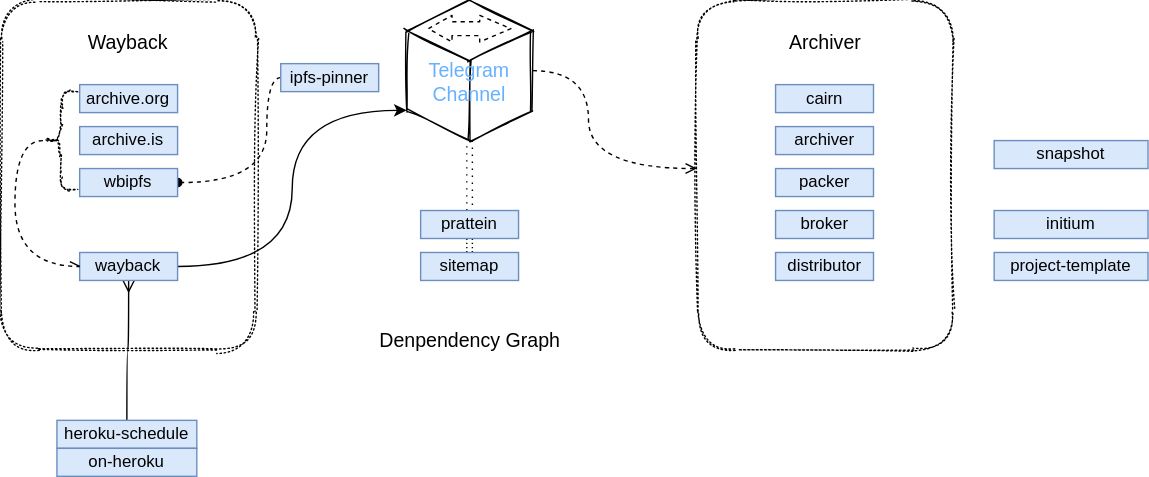
wabarc/initium keeps this draw.io diagram as assets/dependency-graph.svg. Above is the earlier version. Source tidied: cells renumbered, new cells last; positions are measured from the earlier drawing's top-left corner, leaving out a move shared by most shapes.
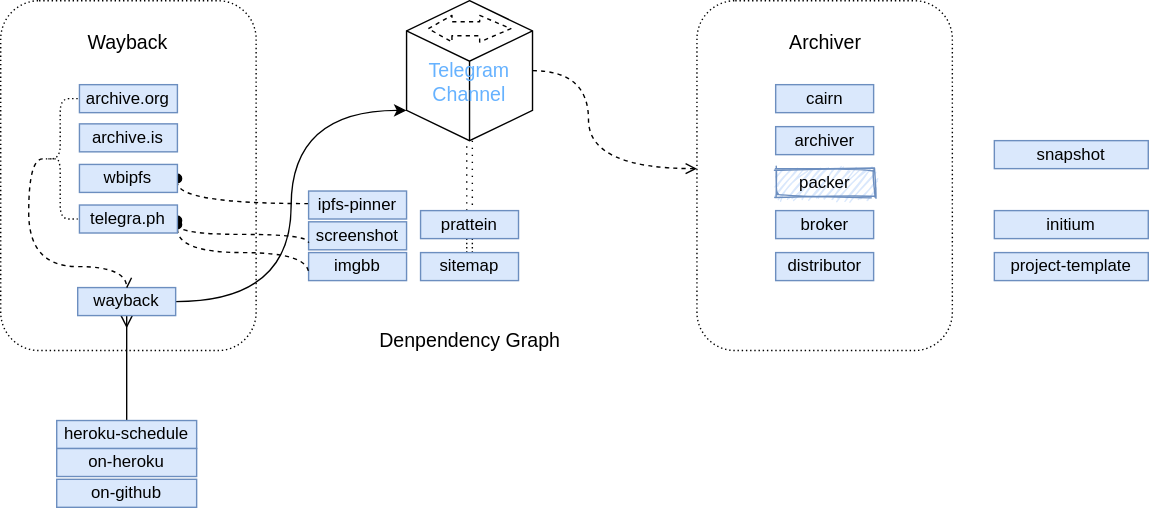
The same diagram one commit later.

Change to the diagram source:
```diff
@@ -1,79 +1,78 @@
-<mxGraphModel background="#ffffff">
+<mxGraphModel>
   <root>
     <mxCell id="0" />
     <mxCell id="1" parent="0" />
-    <mxCell id="2" style="rounded=1;whiteSpace=wrap;html=1;strokeWidth=1;fillWeight=4;hachureGap=8;hachureAngle=45;sketch=1;fillColor=none;dashed=1;dashPattern=1 2;" parent="1" vertex="1">
+    <mxCell id="2" style="rounded=1;whiteSpace=wrap;html=1;strokeWidth=1;fillWeight=4;hachureGap=8;hachureAngle=45;sketch=0;fillColor=none;dashed=1;dashPattern=1 2;shadow=0;" parent="1" vertex="1">
       <mxGeometry width="182.5" height="250" as="geometry" />
     </mxCell>
-    <mxCell id="3" style="rounded=1;whiteSpace=wrap;html=1;strokeWidth=1;fillWeight=4;hachureGap=8;hachureAngle=45;sketch=1;fillColor=none;dashed=1;dashPattern=1 2;" parent="1" vertex="1">
+    <mxCell id="3" style="rounded=1;whiteSpace=wrap;html=1;strokeWidth=1;fillWeight=4;hachureGap=8;hachureAngle=45;sketch=0;fillColor=none;dashed=1;dashPattern=1 2;shadow=0;" parent="1" vertex="1">
       <mxGeometry x="497.5" width="182.5" height="250" as="geometry" />
     </mxCell>
-    <mxCell id="4" value="&lt;font style=&quot;font-size: 14px&quot;&gt;Archiver&lt;/font&gt;" style="text;html=1;align=center;verticalAlign=middle;sketch=0;glass=0;" parent="1" vertex="1">
+    <mxCell id="4" value="&lt;font style=&quot;font-size: 14px&quot;&gt;Archiver&lt;/font&gt;" style="text;html=1;align=center;verticalAlign=middle;sketch=0;glass=0;shadow=0;" parent="1" vertex="1">
       <mxGeometry x="553.8" y="20" width="70" height="20" as="geometry" />
     </mxCell>
-    <mxCell id="5" value="project-template" style="whiteSpace=wrap;html=1;rounded=0;glass=0;sketch=0;strokeColor=#6c8ebf;strokeWidth=1;fillColor=#dae8fc;imageAspect=1;imageWidth=30;imageHeight=30;" parent="1" vertex="1">
+    <mxCell id="5" value="project-template" style="whiteSpace=wrap;html=1;rounded=0;glass=0;sketch=0;strokeColor=#6c8ebf;strokeWidth=1;fillColor=#dae8fc;imageAspect=1;imageWidth=30;imageHeight=30;shadow=0;" parent="1" vertex="1">
       <mxGeometry x="710" y="180" width="110" height="20" as="geometry" />
     </mxCell>
-    <mxCell id="6" value="initium" style="whiteSpace=wrap;html=1;rounded=0;glass=0;sketch=0;strokeColor=#6c8ebf;strokeWidth=1;fillColor=#dae8fc;imageAspect=1;imageWidth=30;imageHeight=30;" parent="1" vertex="1">
+    <mxCell id="6" value="initium" style="whiteSpace=wrap;html=1;rounded=0;glass=0;sketch=0;strokeColor=#6c8ebf;strokeWidth=1;fillColor=#dae8fc;imageAspect=1;imageWidth=30;imageHeight=30;shadow=0;" parent="1" vertex="1">
       <mxGeometry x="710" y="150" width="110" height="20" as="geometry" />
     </mxCell>
     <mxCell id="7" style="edgeStyle=orthogonalEdgeStyle;curved=1;rounded=0;sketch=0;jumpStyle=none;jettySize=auto;html=1;exitX=0.5;exitY=0;exitDx=0;exitDy=0;entryX=0.5;entryY=1;entryDx=0;entryDy=0;shadow=0;startArrow=none;startFill=0;endArrow=ERmany;endFill=0;strokeColor=#000000;" parent="1" edge="1" source="8" target="27">
       <mxGeometry relative="1" as="geometry" />
     </mxCell>
-    <mxCell id="8" value="heroku-schedule" style="whiteSpace=wrap;html=1;rounded=0;glass=0;sketch=0;strokeColor=#6c8ebf;strokeWidth=1;fillColor=#dae8fc;imageAspect=1;imageWidth=30;imageHeight=30;" parent="1" vertex="1">
+    <mxCell id="8" value="heroku-schedule" style="whiteSpace=wrap;html=1;rounded=0;glass=0;sketch=0;strokeColor=#6c8ebf;strokeWidth=1;fillColor=#dae8fc;imageAspect=1;imageWidth=30;imageHeight=30;shadow=0;" parent="1" vertex="1">
       <mxGeometry x="40" y="300" width="100" height="20" as="geometry" />
     </mxCell>
-    <mxCell id="9" value="on-heroku" style="whiteSpace=wrap;html=1;rounded=0;glass=0;sketch=0;strokeColor=#6c8ebf;strokeWidth=1;fillColor=#dae8fc;imageAspect=1;imageWidth=30;imageHeight=30;" parent="1" vertex="1">
+    <mxCell id="9" value="on-heroku" style="whiteSpace=wrap;html=1;rounded=0;glass=0;sketch=0;strokeColor=#6c8ebf;strokeWidth=1;fillColor=#dae8fc;imageAspect=1;imageWidth=30;imageHeight=30;shadow=0;" parent="1" vertex="1">
       <mxGeometry x="40" y="320" width="100" height="20" as="geometry" />
     </mxCell>
     <mxCell id="10" style="edgeStyle=orthogonalEdgeStyle;curved=1;rounded=0;sketch=0;jumpStyle=none;jettySize=auto;html=1;exitX=0.5;exitY=0;exitDx=0;exitDy=0;entryX=0.5;entryY=1;entryDx=0;entryDy=0;shadow=0;dashed=1;startArrow=none;startFill=0;endArrow=none;endFill=0;strokeColor=#000000;dashPattern=1 2;shape=link;" parent="1" edge="1" source="11" target="17">
       <mxGeometry relative="1" as="geometry" />
     </mxCell>
-    <mxCell id="11" value="sitemap" style="whiteSpace=wrap;html=1;rounded=0;glass=0;sketch=0;strokeColor=#6c8ebf;strokeWidth=1;fillColor=#dae8fc;imageAspect=1;imageWidth=30;imageHeight=30;" parent="1" vertex="1">
+    <mxCell id="11" value="sitemap" style="whiteSpace=wrap;html=1;rounded=0;glass=0;sketch=0;strokeColor=#6c8ebf;strokeWidth=1;fillColor=#dae8fc;imageAspect=1;imageWidth=30;imageHeight=30;shadow=0;" parent="1" vertex="1">
       <mxGeometry x="300" y="180" width="70" height="20" as="geometry" />
     </mxCell>
-    <mxCell id="12" value="snapshot" style="whiteSpace=wrap;html=1;rounded=0;glass=0;sketch=0;strokeColor=#6c8ebf;strokeWidth=1;fillColor=#dae8fc;imageAspect=1;imageWidth=30;imageHeight=30;" parent="1" vertex="1">
+    <mxCell id="12" value="snapshot" style="whiteSpace=wrap;html=1;rounded=0;glass=0;sketch=0;strokeColor=#6c8ebf;strokeWidth=1;fillColor=#dae8fc;imageAspect=1;imageWidth=30;imageHeight=30;shadow=0;" parent="1" vertex="1">
       <mxGeometry x="710" y="100" width="110" height="20" as="geometry" />
     </mxCell>
     <mxCell id="13" style="edgeStyle=orthogonalEdgeStyle;curved=1;rounded=0;sketch=0;jumpStyle=none;jettySize=auto;html=1;shadow=0;startArrow=none;startFill=0;endArrow=oval;endFill=1;strokeColor=#000000;entryX=1;entryY=0.5;entryDx=0;entryDy=0;dashed=1;" parent="1" edge="1" source="14" target="28">
       <mxGeometry relative="1" as="geometry">
         <Array as="points">
-          <mxPoint x="190" y="55" />
-          <mxPoint x="190" y="130" />
+          <mxPoint x="126" y="145" />
         </Array>
       </mxGeometry>
     </mxCell>
-    <mxCell id="14" value="ipfs-pinner" style="whiteSpace=wrap;html=1;rounded=0;glass=0;sketch=0;strokeColor=#6c8ebf;strokeWidth=1;fillColor=#dae8fc;imageAspect=1;imageWidth=30;imageHeight=30;" parent="1" vertex="1">
-      <mxGeometry x="200" y="45" width="70" height="20" as="geometry" />
+    <mxCell id="14" value="ipfs-pinner" style="whiteSpace=wrap;html=1;rounded=0;glass=0;sketch=0;strokeColor=#6c8ebf;strokeWidth=1;fillColor=#dae8fc;imageAspect=1;imageWidth=30;imageHeight=30;shadow=0;" parent="1" vertex="1">
+      <mxGeometry x="220" y="136" width="70" height="20" as="geometry" />
     </mxCell>
-    <mxCell id="15" value="cairn" style="whiteSpace=wrap;html=1;rounded=0;glass=0;sketch=0;strokeColor=#6c8ebf;strokeWidth=1;fillColor=#dae8fc;imageAspect=1;imageWidth=30;imageHeight=30;" parent="1" vertex="1">
+    <mxCell id="15" value="cairn" style="whiteSpace=wrap;html=1;rounded=0;glass=0;sketch=0;strokeColor=#6c8ebf;strokeWidth=1;fillColor=#dae8fc;imageAspect=1;imageWidth=30;imageHeight=30;shadow=0;" parent="1" vertex="1">
       <mxGeometry x="553.8" y="60" width="70" height="20" as="geometry" />
     </mxCell>
     <mxCell id="16" style="edgeStyle=orthogonalEdgeStyle;curved=1;rounded=0;sketch=0;jumpStyle=none;jettySize=auto;html=1;entryX=0.5;entryY=1;entryDx=0;entryDy=0;entryPerimeter=0;shadow=0;startArrow=none;startFill=0;endArrow=none;endFill=0;strokeColor=#000000;dashed=1;dashPattern=1 4;shape=link;" parent="1" edge="1" source="17" target="23">
       <mxGeometry relative="1" as="geometry" />
     </mxCell>
-    <mxCell id="17" value="prattein" style="whiteSpace=wrap;html=1;rounded=0;glass=0;sketch=0;strokeColor=#6c8ebf;strokeWidth=1;fillColor=#dae8fc;imageAspect=1;imageWidth=30;imageHeight=30;" parent="1" vertex="1">
+    <mxCell id="17" value="prattein" style="whiteSpace=wrap;html=1;rounded=0;glass=0;sketch=0;strokeColor=#6c8ebf;strokeWidth=1;fillColor=#dae8fc;imageAspect=1;imageWidth=30;imageHeight=30;shadow=0;" parent="1" vertex="1">
       <mxGeometry x="300" y="150" width="70" height="20" as="geometry" />
     </mxCell>
-    <mxCell id="18" value="archiver" style="whiteSpace=wrap;html=1;rounded=0;glass=0;sketch=0;strokeColor=#6c8ebf;strokeWidth=1;fillColor=#dae8fc;imageAspect=1;imageWidth=30;imageHeight=30;" parent="1" vertex="1">
+    <mxCell id="18" value="archiver" style="whiteSpace=wrap;html=1;rounded=0;glass=0;sketch=0;strokeColor=#6c8ebf;strokeWidth=1;fillColor=#dae8fc;imageAspect=1;imageWidth=30;imageHeight=30;shadow=0;" parent="1" vertex="1">
       <mxGeometry x="553.8" y="90" width="70" height="20" as="geometry" />
     </mxCell>
-    <mxCell id="19" value="packer" style="whiteSpace=wrap;html=1;rounded=0;glass=0;sketch=0;strokeColor=#6c8ebf;strokeWidth=1;fillColor=#dae8fc;imageAspect=1;imageWidth=30;imageHeight=30;" parent="1" vertex="1">
+    <mxCell id="19" value="packer" style="whiteSpace=wrap;html=1;rounded=0;glass=0;sketch=1;strokeColor=#6c8ebf;strokeWidth=1;fillColor=#dae8fc;imageAspect=1;imageWidth=30;imageHeight=30;shadow=0;" parent="1" vertex="1">
       <mxGeometry x="553.8" y="120" width="70" height="20" as="geometry" />
     </mxCell>
-    <mxCell id="20" value="broker" style="whiteSpace=wrap;html=1;rounded=0;glass=0;sketch=0;strokeColor=#6c8ebf;strokeWidth=1;fillColor=#dae8fc;imageAspect=1;imageWidth=30;imageHeight=30;" parent="1" vertex="1">
+    <mxCell id="20" value="broker" style="whiteSpace=wrap;html=1;rounded=0;glass=0;sketch=0;strokeColor=#6c8ebf;strokeWidth=1;fillColor=#dae8fc;imageAspect=1;imageWidth=30;imageHeight=30;shadow=0;" parent="1" vertex="1">
       <mxGeometry x="553.8" y="150" width="70" height="20" as="geometry" />
     </mxCell>
-    <mxCell id="21" value="distributor" style="whiteSpace=wrap;html=1;rounded=0;glass=0;sketch=0;strokeColor=#6c8ebf;strokeWidth=1;fillColor=#dae8fc;imageAspect=1;imageWidth=30;imageHeight=30;" parent="1" vertex="1">
+    <mxCell id="21" value="distributor" style="whiteSpace=wrap;html=1;rounded=0;glass=0;sketch=0;strokeColor=#6c8ebf;strokeWidth=1;fillColor=#dae8fc;imageAspect=1;imageWidth=30;imageHeight=30;shadow=0;" parent="1" vertex="1">
       <mxGeometry x="553.8" y="180" width="70" height="20" as="geometry" />
     </mxCell>
-    <mxCell id="22" style="group;" parent="1" vertex="1">
+    <mxCell id="22" style="group;shadow=0;sketch=0;" parent="1" vertex="1">
       <mxGeometry x="290" width="90" height="100" as="geometry" />
     </mxCell>
-    <mxCell id="23" value="&lt;span style=&quot;font-size: 14px&quot;&gt;&lt;br&gt;&lt;font color=&quot;#66b2ff&quot;&gt;Telegram&lt;br&gt;Channel&lt;/font&gt;&lt;/span&gt;" style="html=1;whiteSpace=wrap;shape=isoCube2;backgroundOutline=1;isoAngle=15;rounded=0;glass=0;sketch=1;strokeWidth=1;fillColor=none;shadow=0;" parent="22" vertex="1">
+    <mxCell id="23" value="&lt;span style=&quot;font-size: 14px&quot;&gt;&lt;br&gt;&lt;font color=&quot;#66b2ff&quot;&gt;Telegram&lt;br&gt;Channel&lt;/font&gt;&lt;/span&gt;" style="html=1;whiteSpace=wrap;shape=isoCube2;backgroundOutline=1;isoAngle=15;rounded=0;glass=0;sketch=0;strokeWidth=1;fillColor=none;shadow=0;" parent="22" vertex="1">
       <mxGeometry width="90" height="100" as="geometry" />
     </mxCell>
-    <mxCell id="24" style="shape=flexArrow;endArrow=classic;startArrow=classic;html=1;dashed=1;strokeColor=#000000;startWidth=8;startSize=5.31;endWidth=8;endSize=7.09;" parent="22" edge="1">
+    <mxCell id="24" style="shape=flexArrow;endArrow=classic;startArrow=classic;html=1;dashed=1;strokeColor=#000000;startWidth=8;startSize=5.31;endWidth=8;endSize=7.09;shadow=0;sketch=0;" parent="22" edge="1">
       <mxGeometry relative="1" as="geometry">
         <mxPoint x="15" y="20" as="sourcePoint" />
         <mxPoint x="75" y="20" as="targetPoint" />
@@ -91,34 +90,65 @@
     <mxCell id="26" style="edgeStyle=orthogonalEdgeStyle;rounded=0;sketch=0;jumpStyle=none;jettySize=auto;html=1;entryX=0;entryY=0;entryDx=0;entryDy=78.39291168278956;entryPerimeter=0;shadow=0;startArrow=none;startFill=0;endArrow=classic;endFill=1;strokeColor=#000000;curved=1;" parent="1" edge="1" source="27" target="23">
       <mxGeometry relative="1" as="geometry" />
     </mxCell>
-    <mxCell id="27" value="wayback" style="whiteSpace=wrap;html=1;rounded=0;glass=0;sketch=0;strokeColor=#6c8ebf;strokeWidth=1;fillColor=#dae8fc;imageAspect=1;imageWidth=30;imageHeight=30;" parent="1" vertex="1">
-      <mxGeometry x="56.2" y="180" width="70" height="20" as="geometry" />
+    <mxCell id="27" value="wayback" style="whiteSpace=wrap;html=1;rounded=0;glass=0;sketch=0;strokeColor=#6c8ebf;strokeWidth=1;fillColor=#dae8fc;imageAspect=1;imageWidth=30;imageHeight=30;shadow=0;" parent="1" vertex="1">
+      <mxGeometry x="55" y="205" width="70" height="20" as="geometry" />
     </mxCell>
-    <mxCell id="28" value="wbipfs" style="whiteSpace=wrap;html=1;rounded=0;glass=0;sketch=0;strokeColor=#6c8ebf;strokeWidth=1;fillColor=#dae8fc;imageAspect=1;imageWidth=30;imageHeight=30;" parent="1" vertex="1">
-      <mxGeometry x="56.2" y="120" width="70" height="20" as="geometry" />
+    <mxCell id="28" value="wbipfs" style="whiteSpace=wrap;html=1;rounded=0;glass=0;sketch=0;strokeColor=#6c8ebf;strokeWidth=1;fillColor=#dae8fc;imageAspect=1;imageWidth=30;imageHeight=30;shadow=0;" parent="1" vertex="1">
+      <mxGeometry x="56.2" y="117" width="70" height="20" as="geometry" />
     </mxCell>
-    <mxCell id="29" value="archive.is" style="whiteSpace=wrap;html=1;rounded=0;glass=0;sketch=0;strokeColor=#6c8ebf;strokeWidth=1;fillColor=#dae8fc;imageAspect=1;imageWidth=30;imageHeight=30;" parent="1" vertex="1">
-      <mxGeometry x="56.2" y="90" width="70" height="20" as="geometry" />
+    <mxCell id="29" value="archive.is" style="whiteSpace=wrap;html=1;rounded=0;glass=0;sketch=0;strokeColor=#6c8ebf;strokeWidth=1;fillColor=#dae8fc;imageAspect=1;imageWidth=30;imageHeight=30;shadow=0;" parent="1" vertex="1">
+      <mxGeometry x="56.2" y="88" width="70" height="20" as="geometry" />
     </mxCell>
-    <mxCell id="30" value="archive.org" style="whiteSpace=wrap;html=1;rounded=0;glass=0;sketch=0;strokeColor=#6c8ebf;strokeWidth=1;fillColor=#dae8fc;imageAspect=1;imageWidth=30;imageHeight=30;" parent="1" vertex="1">
+    <mxCell id="30" value="archive.org" style="whiteSpace=wrap;html=1;rounded=0;glass=0;sketch=0;strokeColor=#6c8ebf;strokeWidth=1;fillColor=#dae8fc;imageAspect=1;imageWidth=30;imageHeight=30;shadow=0;" parent="1" vertex="1">
       <mxGeometry x="56.2" y="60" width="70" height="20" as="geometry" />
     </mxCell>
-    <mxCell id="31" value="&lt;font style=&quot;font-size: 14px&quot;&gt;Wayback&lt;/font&gt;" style="text;html=1;strokeColor=none;fillColor=none;align=center;verticalAlign=middle;whiteSpace=wrap;rounded=0;shadow=0;glass=0;dashed=1;dashPattern=1 2;sketch=1;" parent="1" vertex="1">
+    <mxCell id="31" value="&lt;font style=&quot;font-size: 14px&quot;&gt;Wayback&lt;/font&gt;" style="text;html=1;strokeColor=none;fillColor=none;align=center;verticalAlign=middle;whiteSpace=wrap;rounded=0;shadow=0;glass=0;dashed=1;dashPattern=1 2;sketch=0;" parent="1" vertex="1">
       <mxGeometry x="71.2" y="20" width="40" height="20" as="geometry" />
     </mxCell>
     <mxCell id="32" style="edgeStyle=orthogonalEdgeStyle;rounded=0;sketch=0;jumpStyle=none;jettySize=auto;html=1;shadow=0;dashed=1;startArrow=none;startFill=0;endArrow=openAsync;endFill=0;strokeColor=#000000;curved=1;" parent="1" edge="1" source="33" target="27">
       <mxGeometry relative="1" as="geometry">
         <Array as="points">
-          <mxPoint x="10" y="100" />
-          <mxPoint x="10" y="190" />
+          <mxPoint x="20" y="113" />
+          <mxPoint x="20" y="190" />
+          <mxPoint x="90" y="190" />
         </Array>
       </mxGeometry>
     </mxCell>
-    <mxCell id="33" style="shape=curlyBracket;whiteSpace=wrap;html=1;rounded=1;shadow=0;glass=0;dashed=1;dashPattern=1 2;sketch=1;strokeColor=#000000;strokeWidth=1;fillColor=none;" parent="1" vertex="1">
-      <mxGeometry x="30" y="65" width="25" height="70" as="geometry" />
+    <mxCell id="33" style="shape=curlyBracket;whiteSpace=wrap;html=1;rounded=1;shadow=0;glass=0;dashed=1;dashPattern=1 2;sketch=0;strokeColor=#000000;strokeWidth=1;fillColor=none;" parent="1" vertex="1">
+      <mxGeometry x="30" y="70" width="25" height="86" as="geometry" />
     </mxCell>
-    <mxCell id="34" value="&lt;font style=&quot;font-size: 14px ; font-weight: normal&quot;&gt;Denpendency Graph&lt;/font&gt;" style="text;strokeColor=none;fillColor=none;html=1;fontSize=24;fontStyle=1;verticalAlign=middle;align=center;rounded=0;shadow=0;glass=0;dashed=1;dashPattern=1 2;sketch=1;" parent="1" vertex="1">
+    <mxCell id="34" value="&lt;font style=&quot;font-size: 14px ; font-weight: normal&quot;&gt;Denpendency Graph&lt;/font&gt;" style="text;strokeColor=none;fillColor=none;html=1;fontSize=24;fontStyle=1;verticalAlign=middle;align=center;rounded=0;shadow=0;glass=0;dashed=1;dashPattern=1 2;sketch=0;" parent="1" vertex="1">
       <mxGeometry x="267.5" y="220" width="135" height="40" as="geometry" />
     </mxCell>
+    <mxCell id="35" value="screenshot" style="whiteSpace=wrap;html=1;rounded=0;glass=0;sketch=0;strokeColor=#6c8ebf;strokeWidth=1;fillColor=#dae8fc;imageAspect=1;imageWidth=30;imageHeight=30;shadow=0;" parent="1" vertex="1">
+      <mxGeometry x="220" y="158" width="70" height="20" as="geometry" />
+    </mxCell>
+    <mxCell id="36" style="endArrow=none;dashed=1;html=1;entryX=0;entryY=0.75;entryDx=0;entryDy=0;edgeStyle=orthogonalEdgeStyle;curved=1;startArrow=oval;startFill=1;endFill=0;shadow=0;sketch=0;" parent="1" edge="1" target="35">
+      <mxGeometry relative="1" as="geometry">
+        <mxPoint x="126.2" y="157" as="sourcePoint" />
+        <Array as="points">
+          <mxPoint x="126" y="167" />
+          <mxPoint x="220" y="167" />
+        </Array>
+      </mxGeometry>
+    </mxCell>
+    <mxCell id="37" value="imgbb" style="whiteSpace=wrap;html=1;rounded=0;glass=0;sketch=0;strokeColor=#6c8ebf;strokeWidth=1;fillColor=#dae8fc;imageAspect=1;imageWidth=30;imageHeight=30;shadow=0;" parent="1" vertex="1">
+      <mxGeometry x="220" y="180" width="70" height="20" as="geometry" />
+    </mxCell>
+    <mxCell id="38" style="endArrow=none;dashed=1;html=1;strokeWidth=1;entryX=0;entryY=0.75;entryDx=0;entryDy=0;edgeStyle=orthogonalEdgeStyle;curved=1;startArrow=oval;startFill=1;shadow=0;sketch=0;" parent="1" edge="1" target="37">
+      <mxGeometry relative="1" as="geometry">
+        <mxPoint x="126.2" y="160" as="sourcePoint" />
+        <Array as="points">
+          <mxPoint x="126" y="180" />
+          <mxPoint x="220" y="180" />
+        </Array>
+      </mxGeometry>
+    </mxCell>
+    <mxCell id="39" value="telegra.ph" style="whiteSpace=wrap;html=1;rounded=0;glass=0;sketch=0;strokeColor=#6c8ebf;strokeWidth=1;fillColor=#dae8fc;imageAspect=1;imageWidth=30;imageHeight=30;shadow=0;" parent="1" vertex="1">
+      <mxGeometry x="56.2" y="146" width="70" height="20" as="geometry" />
+    </mxCell>
+    <mxCell id="40" value="on-github" style="whiteSpace=wrap;html=1;rounded=0;glass=0;sketch=0;strokeColor=#6c8ebf;strokeWidth=1;fillColor=#dae8fc;imageAspect=1;imageWidth=30;imageHeight=30;shadow=0;" parent="1" vertex="1">
+      <mxGeometry x="40" y="342" width="100" height="20" as="geometry" />
+    </mxCell>
   </root>
 </mxGraphModel>
```
